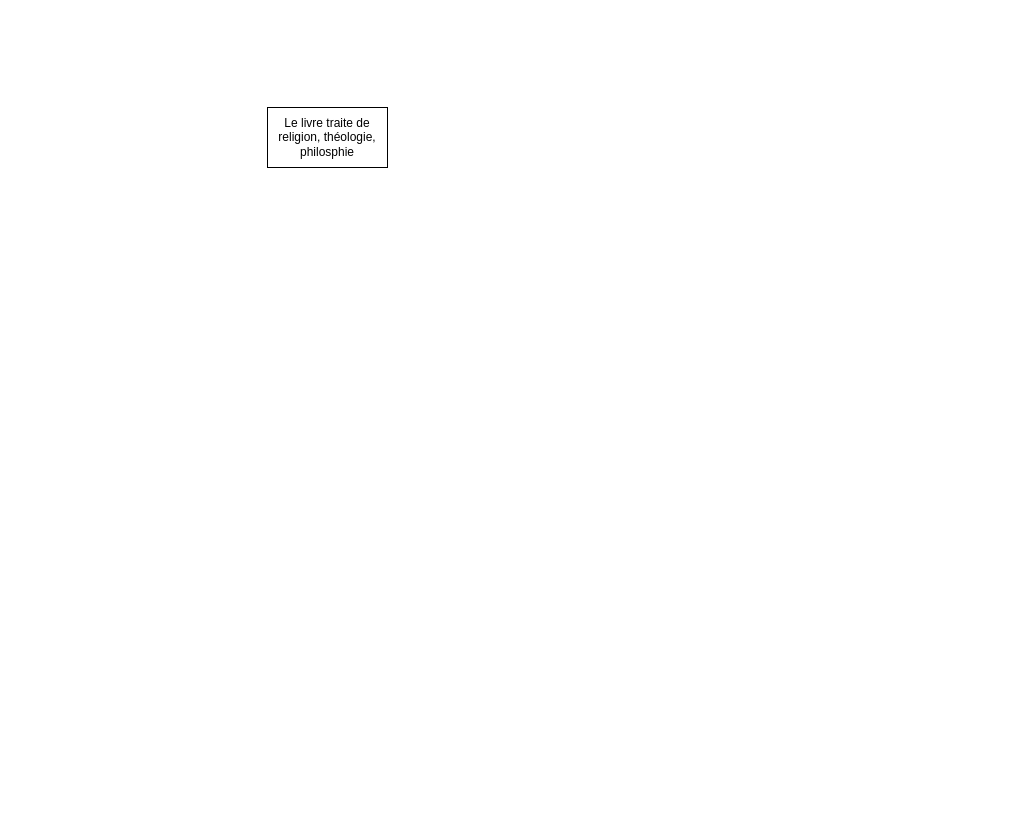
Above: Diagramme sans nom.drawio in CLCFrancophone/guide_don (draw.io), before the change. Source tidied: cells renumbered, new cells numbered last; positions are measured from the earlier drawing's top-left corner, leaving out a move shared by most shapes. Both pictures are drawn from the tidied source at 100%, with x=0, y=0 at pixel (267, 107).
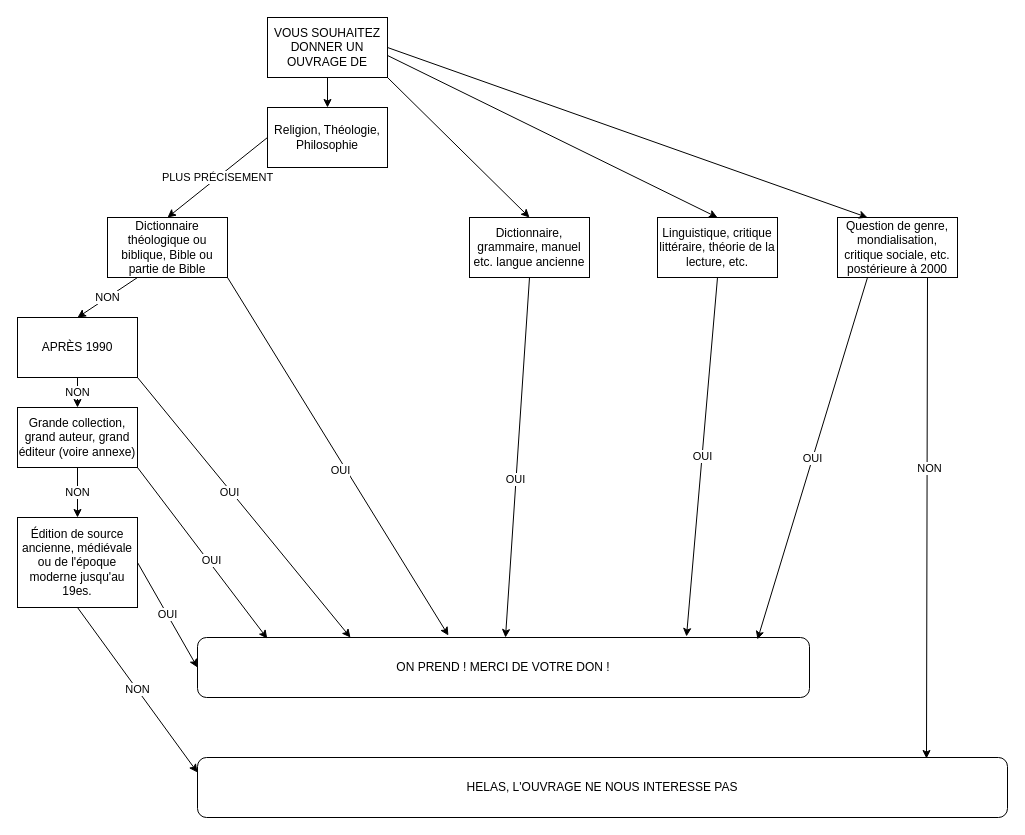
The same diagram, later.

Commit message:
Premier jet

Diff of the diagram source:
```diff
@@
-    <mxCell id="2" value="Le livre traite de religion, théologie, philosphie" style="rounded=0;whiteSpace=wrap;html=1;" parent="1" vertex="1">
+    <mxCell id="2" value="Religion, Théologie, Philosophie" style="rounded=0;whiteSpace=wrap;html=1;" parent="1" vertex="1">
       <mxGeometry width="120" height="60" as="geometry" />
     </mxCell>
+    <mxCell id="3" value="Dictionnaire, grammaire, manuel etc. langue ancienne" style="rounded=0;whiteSpace=wrap;html=1;" parent="1" vertex="1">
+      <mxGeometry x="202" y="110" width="120" height="60" as="geometry" />
+    </mxCell>
+    <mxCell id="4" value="ON PREND ! MERCI DE VOTRE DON !" style="rounded=1;whiteSpace=wrap;html=1;" parent="1" vertex="1">
+      <mxGeometry x="-70" y="530" width="612" height="60" as="geometry" />
+    </mxCell>
+    <mxCell id="5" style="endArrow=classic;html=1;rounded=0;exitX=0.5;exitY=1;exitDx=0;exitDy=0;" parent="1" edge="1" source="3" target="4">
+      <mxGeometry relative="1" as="geometry" />
+    </mxCell>
+    <mxCell id="6" value="OUI" style="edgeLabel;html=1;align=center;verticalAlign=middle;" parent="5" vertex="1">
+      <mxGeometry x="0.12" y="-2" relative="1" as="geometry">
+        <mxPoint x="1" as="offset" />
+      </mxGeometry>
+    </mxCell>
+    <mxCell id="7" value="Dictionnaire théologique ou biblique, Bible ou partie de Bible" style="rounded=0;whiteSpace=wrap;html=1;" parent="1" vertex="1">
+      <mxGeometry x="-160" y="110" width="120" height="60" as="geometry" />
+    </mxCell>
+    <mxCell id="8" style="endArrow=classic;html=1;rounded=0;entryX=0.41;entryY=-0.033;entryDx=0;entryDy=0;entryPerimeter=0;exitX=1;exitY=1;exitDx=0;exitDy=0;" parent="1" edge="1" source="7" target="4">
+      <mxGeometry relative="1" as="geometry" />
+    </mxCell>
+    <mxCell id="9" value="OUI" style="edgeLabel;html=1;align=center;verticalAlign=middle;" parent="8" vertex="1">
+      <mxGeometry x="0.06" y="-5" relative="1" as="geometry" />
+    </mxCell>
+    <mxCell id="10" style="edgeStyle=orthogonalEdgeStyle;rounded=0;jettySize=auto;html=1;exitX=0.5;exitY=1;exitDx=0;exitDy=0;" parent="1" edge="1" source="11">
+      <mxGeometry relative="1" as="geometry">
+        <mxPoint x="-190" y="240" as="targetPoint" />
+      </mxGeometry>
+    </mxCell>
+    <mxCell id="11" value="APRÈS 1990" style="rounded=0;whiteSpace=wrap;html=1;" parent="1" vertex="1">
+      <mxGeometry x="-250" y="210" width="120" height="60" as="geometry" />
+    </mxCell>
+    <mxCell id="12" value="NON" style="endArrow=classic;html=1;rounded=0;entryX=0.5;entryY=0;entryDx=0;entryDy=0;exitX=0.25;exitY=1;exitDx=0;exitDy=0;" parent="1" edge="1" source="7" target="11">
+      <mxGeometry relative="1" as="geometry" />
+    </mxCell>
+    <mxCell id="13" style="endArrow=classic;html=1;rounded=0;exitX=1;exitY=1;exitDx=0;exitDy=0;entryX=0.25;entryY=0;entryDx=0;entryDy=0;" parent="1" edge="1" source="11" target="4">
+      <mxGeometry relative="1" as="geometry" />
+    </mxCell>
+    <mxCell id="14" value="OUI" style="edgeLabel;html=1;align=center;verticalAlign=middle;" parent="13" vertex="1">
+      <mxGeometry x="-0.13" y="-1" relative="1" as="geometry">
+        <mxPoint y="1" as="offset" />
+      </mxGeometry>
+    </mxCell>
+    <mxCell id="15" value="Grande collection, grand auteur, grand éditeur (voire annexe)" style="rounded=0;whiteSpace=wrap;html=1;" parent="1" vertex="1">
+      <mxGeometry x="-250" y="300" width="120" height="60" as="geometry" />
+    </mxCell>
+    <mxCell id="16" style="endArrow=classic;html=1;rounded=0;entryX=0.114;entryY=0.017;entryDx=0;entryDy=0;entryPerimeter=0;exitX=1;exitY=1;exitDx=0;exitDy=0;" parent="1" edge="1" source="15" target="4">
+      <mxGeometry relative="1" as="geometry" />
+    </mxCell>
+    <mxCell id="17" value="OUI" style="edgeLabel;html=1;align=center;verticalAlign=middle;" parent="16" vertex="1">
+      <mxGeometry x="0.1" y="3" relative="1" as="geometry" />
+    </mxCell>
+    <mxCell id="18" value="NON" style="endArrow=classic;html=1;rounded=0;entryX=0.5;entryY=0;entryDx=0;entryDy=0;" parent="1" edge="1" source="11" target="15">
+      <mxGeometry relative="1" as="geometry" />
+    </mxCell>
+    <mxCell id="19" value="Édition de source ancienne, médiévale ou de l'époque moderne jusqu'au 19es. " style="rounded=0;whiteSpace=wrap;html=1;" parent="1" vertex="1">
+      <mxGeometry x="-250" y="410" width="120" height="90" as="geometry" />
+    </mxCell>
+    <mxCell id="20" value="NON" style="endArrow=classic;html=1;rounded=0;entryX=0.5;entryY=0;entryDx=0;entryDy=0;exitX=0.5;exitY=1;exitDx=0;exitDy=0;" parent="1" edge="1" source="15" target="19">
+      <mxGeometry relative="1" as="geometry" />
+    </mxCell>
+    <mxCell id="21" value="OUI" style="endArrow=classic;html=1;rounded=0;entryX=0;entryY=0.5;entryDx=0;entryDy=0;exitX=1;exitY=0.5;exitDx=0;exitDy=0;" parent="1" edge="1" source="19" target="4">
+      <mxGeometry relative="1" as="geometry" />
+    </mxCell>
+    <mxCell id="22" value="HELAS, L'OUVRAGE NE NOUS INTERESSE PAS" style="rounded=1;whiteSpace=wrap;html=1;" parent="1" vertex="1">
+      <mxGeometry x="-70" y="650" width="810" height="60" as="geometry" />
+    </mxCell>
+    <mxCell id="23" value="NON" style="endArrow=classic;html=1;rounded=0;entryX=0;entryY=0.25;entryDx=0;entryDy=0;exitX=0.5;exitY=1;exitDx=0;exitDy=0;" parent="1" edge="1" source="19" target="22">
+      <mxGeometry relative="1" as="geometry" />
+    </mxCell>
+    <mxCell id="24" value="Linguistique, critique littéraire, théorie de la lecture, etc." style="rounded=0;whiteSpace=wrap;html=1;" parent="1" vertex="1">
+      <mxGeometry x="390" y="110" width="120" height="60" as="geometry" />
+    </mxCell>
+    <mxCell id="25" value="OUI" style="endArrow=classic;html=1;rounded=0;entryX=0.799;entryY=-0.017;entryDx=0;entryDy=0;entryPerimeter=0;exitX=0.5;exitY=1;exitDx=0;exitDy=0;" parent="1" edge="1" source="24" target="4">
+      <mxGeometry relative="1" as="geometry" />
+    </mxCell>
+    <mxCell id="26" value="Question de genre, mondialisation, critique sociale, etc. postérieure à 2000" style="rounded=0;whiteSpace=wrap;html=1;" parent="1" vertex="1">
+      <mxGeometry x="570" y="110" width="120" height="60" as="geometry" />
+    </mxCell>
+    <mxCell id="27" value="OUI" style="endArrow=classic;html=1;rounded=0;exitX=0.25;exitY=1;exitDx=0;exitDy=0;entryX=0.915;entryY=0.033;entryDx=0;entryDy=0;entryPerimeter=0;" parent="1" edge="1" source="26" target="4">
+      <mxGeometry relative="1" as="geometry" />
+    </mxCell>
+    <mxCell id="28" style="endArrow=classic;html=1;rounded=0;entryX=0.9;entryY=0.017;entryDx=0;entryDy=0;entryPerimeter=0;exitX=0.75;exitY=1;exitDx=0;exitDy=0;" parent="1" edge="1" source="26" target="22">
+      <mxGeometry relative="1" as="geometry" />
+    </mxCell>
+    <mxCell id="29" value="NON" style="edgeLabel;html=1;align=center;verticalAlign=middle;" parent="28" vertex="1">
+      <mxGeometry x="-0.21" y="2" relative="1" as="geometry" />
+    </mxCell>
+    <mxCell id="30" value="VOUS SOUHAITEZ DONNER UN OUVRAGE DE" style="rounded=0;whiteSpace=wrap;html=1;" parent="1" vertex="1">
+      <mxGeometry y="-90" width="120" height="60" as="geometry" />
+    </mxCell>
+    <mxCell id="31" style="endArrow=classic;html=1;rounded=0;entryX=0.5;entryY=0;entryDx=0;entryDy=0;exitX=0.5;exitY=1;exitDx=0;exitDy=0;" parent="1" edge="1" source="30" target="2">
+      <mxGeometry relative="1" as="geometry" />
+    </mxCell>
+    <mxCell id="32" value="PLUS PRÉCISEMENT" style="endArrow=classic;html=1;rounded=0;exitX=0;exitY=0.5;exitDx=0;exitDy=0;entryX=0.5;entryY=0;entryDx=0;entryDy=0;" parent="1" edge="1" source="2" target="7">
+      <mxGeometry relative="1" as="geometry" />
+    </mxCell>
+    <mxCell id="33" style="endArrow=classic;html=1;rounded=0;entryX=0.5;entryY=0;entryDx=0;entryDy=0;exitX=1;exitY=1;exitDx=0;exitDy=0;" parent="1" edge="1" source="30" target="3">
+      <mxGeometry relative="1" as="geometry" />
+    </mxCell>
+    <mxCell id="34" style="endArrow=classic;html=1;rounded=0;entryX=0.5;entryY=0;entryDx=0;entryDy=0;exitX=1;exitY=0.633;exitDx=0;exitDy=0;exitPerimeter=0;" parent="1" edge="1" source="30" target="24">
+      <mxGeometry relative="1" as="geometry" />
+    </mxCell>
+    <mxCell id="35" style="endArrow=classic;html=1;rounded=0;entryX=0.25;entryY=0;entryDx=0;entryDy=0;exitX=1;exitY=0.5;exitDx=0;exitDy=0;" parent="1" edge="1" source="30" target="26">
+      <mxGeometry relative="1" as="geometry" />
+    </mxCell>
```
